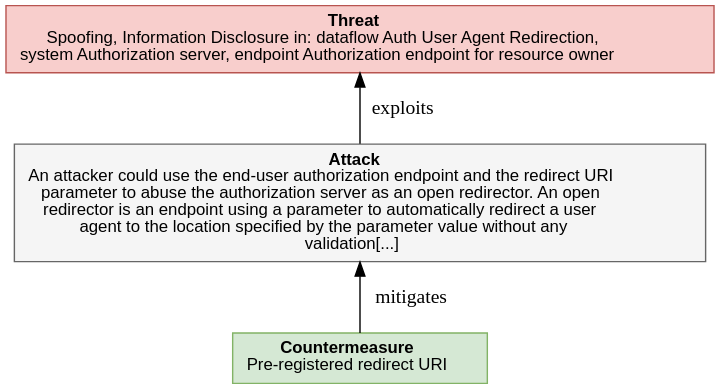
Before: report-examples/OAuth2/img/threatTree/OPEN_REDIRECTOR.svg, a diagram exported from PlantUML (DavidCervigni/threat-models). Its source is kept beside it as report-examples/OAuth2/img/threatTree/OPEN_REDIRECTOR.puml.
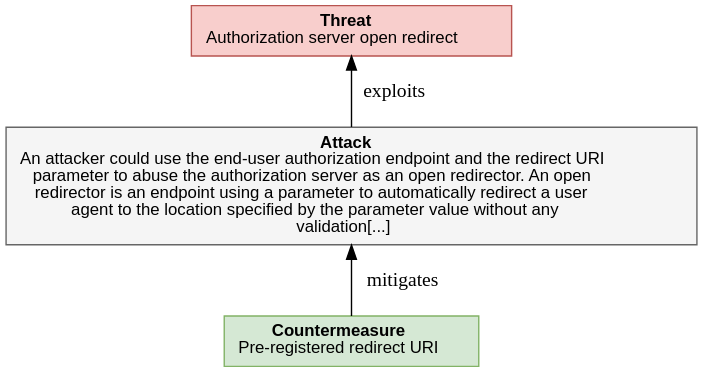
The same file after the commit.

Diff of the diagram source:
```diff
@@ -7,7 +7,7 @@
     <<table border="0" cellborder="0" cellspacing="0">
      <tr><td align="center"><b>Threat</b><br/>
 
-Spoofing, Information Disclosure in: dataflow Auth User Agent Redirection,<br/>system Authorization server, endpoint Authorization endpoint for resource owner
+Authorization server open redirect
 </td></tr>
    </table>>
    ];
```
